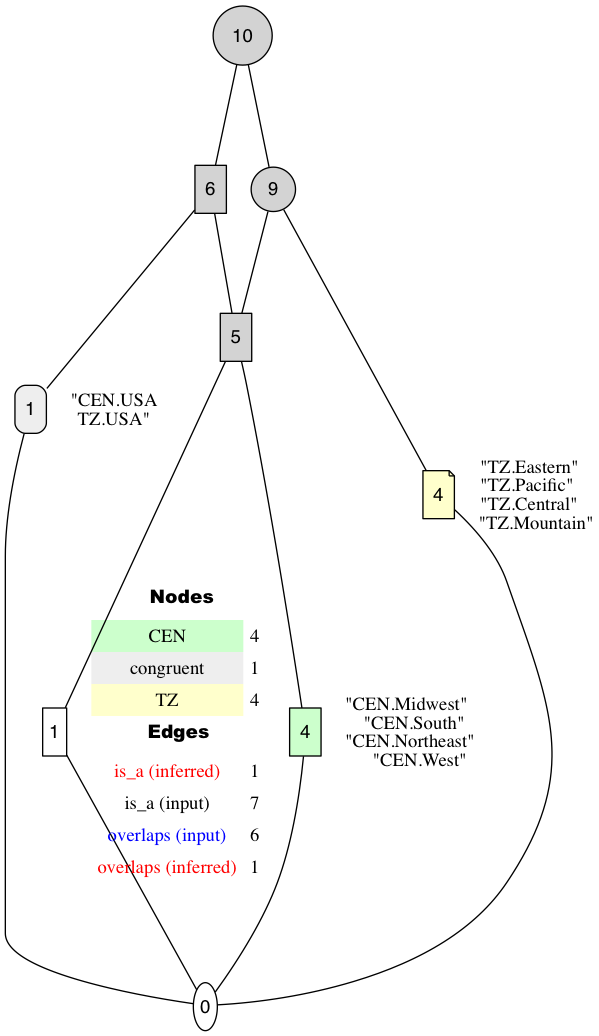
This is example/regional_hierachy.png from qwang70/GraphVizDotToDatabaseParsing, a Graphviz export, as it was before one commit. Its source is kept beside it as example/regional_hierachy.dot.
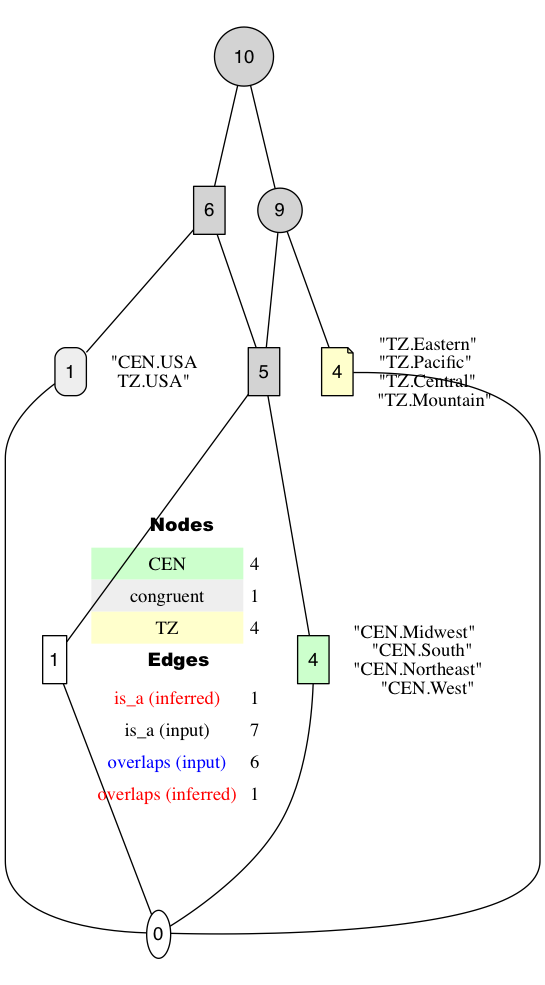
The same diagram one commit later.

What changed in the source:
```diff
@@ -1,11 +1,23 @@
 digraph Lattice {
 	node [label="" shape=circle style=filled width=.25]
 	edge [dir=none labeldistance=1.5 minlen=2]
-	c0 ["''"="''" fillcolor="" fontname=helvetica label=0 margin=0 shape="" style=""]
-	c1 [fillcolor="#EEEEEE" fontname=helvetica label=1 shape=box style="filled,rounded"]
+	subgraph cluster_0 {
+		style=filled
+		color=transparent
+		c0 ["''"="''" fillcolor="" fontname=helvetica label=0 margin=0 shape="" style=""]
+	}
+	subgraph cluster_1 {
+		style=filled
+		color=transparent
+		c1 [fillcolor="#EEEEEE" fontname=helvetica label=1 shape=box style="filled,rounded"]
+	}
 	c1 -> c1 [label="\"CEN.USA\nTZ.USA\"" color=transparent labelangle=270]
 	c1 -> c0
-	c2 [fillcolor=white fontname=helvetica label=1 margin=0 shape=box style=filled]
+	subgraph cluster_2 {
+		style=filled
+		color=transparent
+		c2 [fillcolor=white fontname=helvetica label=1 margin=0 shape=box style=filled]
+	}
 	c2 -> c2 [label=<
  <TABLE BORDER="0" CELLBORDER="1" CELLSPACING="0" CELLPADDING="4">
 <TR> <TD COLSPAN="2"><font face="Arial Black"> Nodes</font></TD> </TR>
@@ -37,28 +49,52 @@
 </TABLE>
  > color=transparent labelangle=270]
 	c2 -> c0
-	c3 [fillcolor="#CCFFCC" fontname=helvetica label=4 shape=box style=filled]
+	subgraph cluster_3 {
+		style=filled
+		color=transparent
+		c3 [fillcolor="#CCFFCC" fontname=helvetica label=4 shape=box style=filled]
+	}
 	c3 -> c3 [label="\"CEN.Midwest\"
 \"CEN.South\"
 \"CEN.Northeast\"
 \"CEN.West\"" color=transparent labelangle=270]
 	c3 -> c0
-	c4 [fillcolor="#FFFFCC" fontname=helvetica label=4 shape=note style=filled]
+	subgraph cluster_4 {
+		style=filled
+		color=transparent
+		c4 [fillcolor="#FFFFCC" fontname=helvetica label=4 shape=note style=filled]
+	}
 	c4 -> c4 [label="\"TZ.Eastern\"
 \"TZ.Pacific\"
 \"TZ.Central\"
 \"TZ.Mountain\"" color=transparent labelangle=270]
 	c4 -> c0
-	c5 [fontname=helvetica label=5 shape=box style=filled]
+	subgraph cluster_5 {
+		style=filled
+		color=transparent
+		c5 [fontname=helvetica label=5 shape=box style=filled]
+	}
 	c5 -> c2
 	c5 -> c3
-	c6 [fontname=helvetica label=6 shape=box]
+	subgraph cluster_6 {
+		style=filled
+		color=transparent
+		c6 [fontname=helvetica label=6 shape=box]
+	}
 	c6 -> c1
 	c6 -> c5
-	c7 [fontname=helvetica label=9 style=filled]
+	subgraph cluster_7 {
+		style=filled
+		color=transparent
+		c7 [fontname=helvetica label=9 style=filled]
+	}
 	c7 -> c4
 	c7 -> c5
-	c8 [fontname=helvetica label=10]
+	subgraph cluster_8 {
+		style=filled
+		color=transparent
+		c8 [fontname=helvetica label=10]
+	}
 	c8 -> c6
 	c8 -> c7
 }
```
